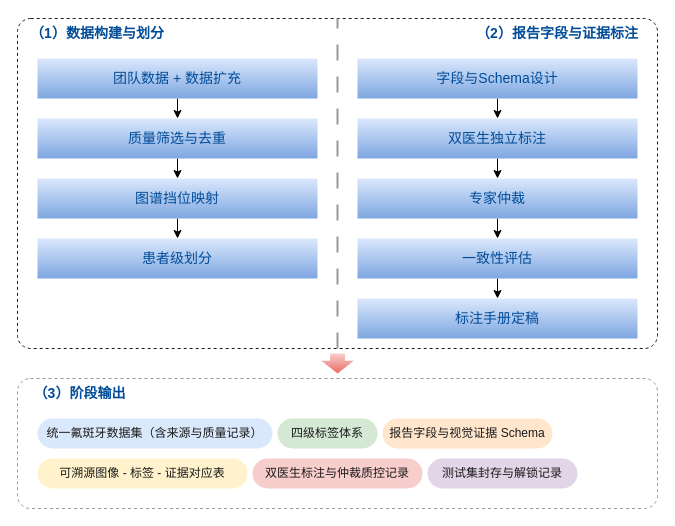
Earlier version of the draw.io diagram ThesisProposal/draft/开题报告-cc-v5/figures_v3/图5数据集构建与标注优化流程.drawio (XiaoHG/medical-report-generation). Source tidied: cells renumbered, new cells numbered last; positions are measured from the earlier drawing's top-left corner, leaving out a move shared by most shapes. Both pictures are drawn from the tidied source at 100%, with x=0, y=0 at pixel (17, 18).
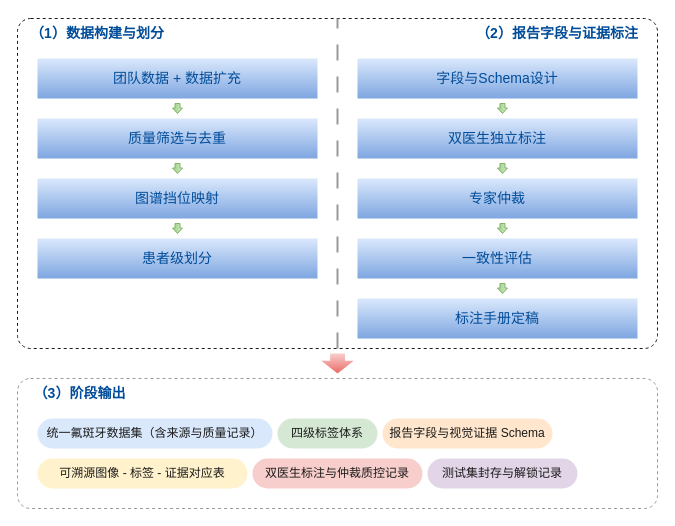
Above is the later version.

The change refers to these unchanged cells:
```xml
<mxCell id="8" value="团队数据 + 数据扩充" style="rounded=1;whiteSpace=wrap;html=1;arcSize=0;fontSize=14;dashed=1;fillColor=#dae8fc;strokeColor=none;gradientColor=#7ea6e0;fontColor=#004C99;" parent="1" vertex="1">
  <mxGeometry x="20" y="40" width="280" height="40" as="geometry" />
</mxCell>
<mxCell id="10" value="质量筛选与去重" style="rounded=1;whiteSpace=wrap;html=1;arcSize=0;fontSize=14;dashed=1;fillColor=#dae8fc;strokeColor=none;gradientColor=#7ea6e0;fontColor=#004C99;" parent="1" vertex="1">
  <mxGeometry x="20" y="100" width="280" height="40" as="geometry" />
</mxCell>
<mxCell id="12" value="图谱挡位映射" style="rounded=1;whiteSpace=wrap;html=1;arcSize=0;fontSize=14;dashed=1;fillColor=#dae8fc;strokeColor=none;gradientColor=#7ea6e0;fontColor=#004C99;" parent="1" vertex="1">
  <mxGeometry x="20" y="160" width="280" height="40" as="geometry" />
</mxCell>
<mxCell id="13" value="患者级划分" style="rounded=1;whiteSpace=wrap;html=1;arcSize=0;fontSize=14;dashed=1;fillColor=#dae8fc;strokeColor=none;gradientColor=#7ea6e0;fontColor=#004C99;" parent="1" vertex="1">
  <mxGeometry x="20" y="220" width="280" height="40" as="geometry" />
</mxCell>
<mxCell id="15" value="字段与Schema设计" style="rounded=1;whiteSpace=wrap;html=1;arcSize=0;fontSize=14;dashed=1;fillColor=#dae8fc;strokeColor=none;gradientColor=#7ea6e0;fontColor=#004C99;" parent="1" vertex="1">
  <mxGeometry x="340" y="40" width="280" height="40" as="geometry" />
</mxCell>
<mxCell id="17" value="双医生独立标注" style="rounded=1;whiteSpace=wrap;html=1;arcSize=0;fontSize=14;dashed=1;fillColor=#dae8fc;strokeColor=none;gradientColor=#7ea6e0;fontColor=#004C99;" parent="1" vertex="1">
  <mxGeometry x="340" y="100" width="280" height="40" as="geometry" />
</mxCell>
<mxCell id="19" value="专家仲裁" style="rounded=1;whiteSpace=wrap;html=1;arcSize=0;fontSize=14;dashed=1;fillColor=#dae8fc;strokeColor=none;gradientColor=#7ea6e0;fontColor=#004C99;" parent="1" vertex="1">
  <mxGeometry x="340" y="160" width="280" height="40" as="geometry" />
</mxCell>
<mxCell id="21" value="一致性评估" style="rounded=1;whiteSpace=wrap;html=1;arcSize=0;fontSize=14;dashed=1;fillColor=#dae8fc;strokeColor=none;gradientColor=#7ea6e0;fontColor=#004C99;" parent="1" vertex="1">
  <mxGeometry x="340" y="220" width="280" height="40" as="geometry" />
</mxCell>
<mxCell id="22" value="标注手册定稿" style="rounded=1;whiteSpace=wrap;html=1;arcSize=0;fontSize=14;dashed=1;fillColor=#dae8fc;strokeColor=none;gradientColor=#7ea6e0;fontColor=#004C99;" parent="1" vertex="1">
  <mxGeometry x="340" y="280" width="280" height="40" as="geometry" />
</mxCell>
```

Change to the diagram source:
```diff
@@
-    <mxCell id="7" style="edgeStyle=orthogonalEdgeStyle;rounded=0;jettySize=auto;html=1;exitX=0.5;exitY=1;exitDx=0;exitDy=0;entryX=0.5;entryY=0;entryDx=0;entryDy=0;" parent="1" edge="1" source="8" target="10">
-      <mxGeometry relative="1" as="geometry" />
-    </mxCell>
@@
-    <mxCell id="9" style="edgeStyle=orthogonalEdgeStyle;rounded=0;jettySize=auto;html=1;exitX=0.5;exitY=1;exitDx=0;exitDy=0;entryX=0.5;entryY=0;entryDx=0;entryDy=0;" parent="1" edge="1" source="10" target="12">
-      <mxGeometry relative="1" as="geometry" />
-    </mxCell>
@@
-    <mxCell id="11" style="edgeStyle=orthogonalEdgeStyle;rounded=0;jettySize=auto;html=1;exitX=0.5;exitY=1;exitDx=0;exitDy=0;entryX=0.5;entryY=0;entryDx=0;entryDy=0;" parent="1" edge="1" source="12" target="13">
-      <mxGeometry relative="1" as="geometry" />
-    </mxCell>
@@
-    <mxCell id="14" style="edgeStyle=orthogonalEdgeStyle;rounded=0;jettySize=auto;html=1;exitX=0.5;exitY=1;exitDx=0;exitDy=0;entryX=0.5;entryY=0;entryDx=0;entryDy=0;" parent="1" edge="1" source="15" target="17">
-      <mxGeometry relative="1" as="geometry" />
-    </mxCell>
@@
-    <mxCell id="16" style="edgeStyle=orthogonalEdgeStyle;rounded=0;jettySize=auto;html=1;exitX=0.5;exitY=1;exitDx=0;exitDy=0;entryX=0.5;entryY=0;entryDx=0;entryDy=0;" parent="1" edge="1" source="17" target="19">
-      <mxGeometry relative="1" as="geometry" />
-    </mxCell>
@@
-    <mxCell id="18" style="edgeStyle=orthogonalEdgeStyle;rounded=0;jettySize=auto;html=1;exitX=0.5;exitY=1;exitDx=0;exitDy=0;entryX=0.5;entryY=0;entryDx=0;entryDy=0;" parent="1" edge="1" source="19" target="21">
-      <mxGeometry relative="1" as="geometry" />
-    </mxCell>
@@
-    <mxCell id="20" style="edgeStyle=orthogonalEdgeStyle;rounded=0;jettySize=auto;html=1;exitX=0.5;exitY=1;exitDx=0;exitDy=0;entryX=0.5;entryY=0;entryDx=0;entryDy=0;" parent="1" edge="1" source="21" target="22">
-      <mxGeometry relative="1" as="geometry" />
-    </mxCell>
@@
+    <mxCell id="31" style="shape=singleArrow;direction=south;whiteSpace=wrap;html=1;arrowWidth=0.5055555555555514;arrowSize=0.5444444444444485;fillColor=#d5e8d4;gradientColor=#97d077;strokeColor=#82b366;" parent="1" vertex="1">
+      <mxGeometry x="155" y="85" width="10" height="10" as="geometry" />
+    </mxCell>
+    <mxCell id="32" style="shape=singleArrow;direction=south;whiteSpace=wrap;html=1;arrowWidth=0.5055555555555514;arrowSize=0.5444444444444485;fillColor=#d5e8d4;gradientColor=#97d077;strokeColor=#82b366;" parent="1" vertex="1">
+      <mxGeometry x="155" y="145" width="10" height="10" as="geometry" />
+    </mxCell>
+    <mxCell id="33" style="shape=singleArrow;direction=south;whiteSpace=wrap;html=1;arrowWidth=0.5055555555555514;arrowSize=0.5444444444444485;fillColor=#d5e8d4;gradientColor=#97d077;strokeColor=#82b366;" parent="1" vertex="1">
+      <mxGeometry x="155" y="205" width="10" height="10" as="geometry" />
+    </mxCell>
+    <mxCell id="34" style="shape=singleArrow;direction=south;whiteSpace=wrap;html=1;arrowWidth=0.5055555555555514;arrowSize=0.5444444444444485;fillColor=#d5e8d4;gradientColor=#97d077;strokeColor=#82b366;" parent="1" vertex="1">
+      <mxGeometry x="480" y="85" width="10" height="10" as="geometry" />
+    </mxCell>
+    <mxCell id="35" style="shape=singleArrow;direction=south;whiteSpace=wrap;html=1;arrowWidth=0.5055555555555514;arrowSize=0.5444444444444485;fillColor=#d5e8d4;gradientColor=#97d077;strokeColor=#82b366;" parent="1" vertex="1">
+      <mxGeometry x="480" y="145" width="10" height="10" as="geometry" />
+    </mxCell>
+    <mxCell id="36" style="shape=singleArrow;direction=south;whiteSpace=wrap;html=1;arrowWidth=0.5055555555555514;arrowSize=0.5444444444444485;fillColor=#d5e8d4;gradientColor=#97d077;strokeColor=#82b366;" parent="1" vertex="1">
+      <mxGeometry x="480" y="205" width="10" height="10" as="geometry" />
+    </mxCell>
+    <mxCell id="37" style="shape=singleArrow;direction=south;whiteSpace=wrap;html=1;arrowWidth=0.5055555555555514;arrowSize=0.5444444444444485;fillColor=#d5e8d4;gradientColor=#97d077;strokeColor=#82b366;" parent="1" vertex="1">
+      <mxGeometry x="480" y="265" width="10" height="10" as="geometry" />
+    </mxCell>
```
